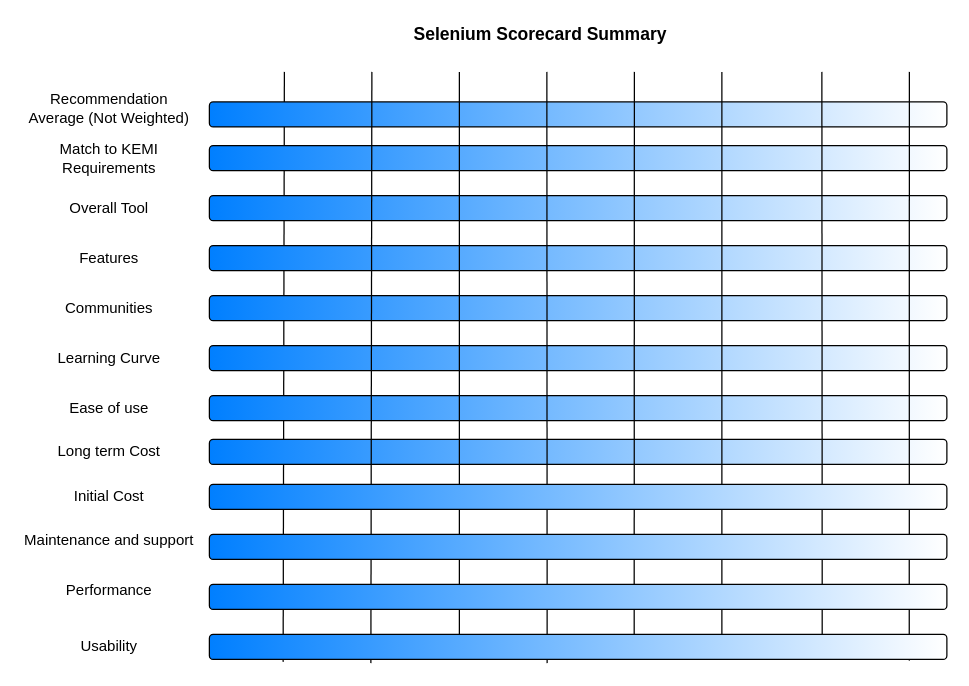
The draw.io diagram Untitled Diagram.drawio in tarraanand/Selenium, before the edit. Source tidied: cells renumbered, new cells numbered last; positions are measured from the earlier drawing's top-left corner, leaving out a move shared by most shapes. Both pictures are drawn from the tidied source at 125%, with x=0, y=0 at pixel (21, 21).
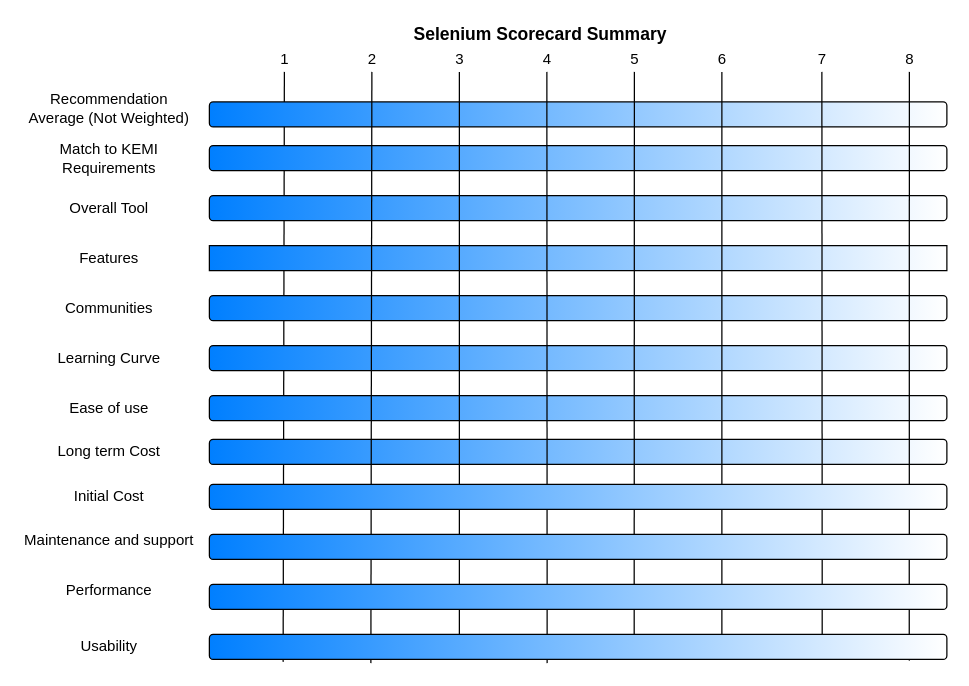
The same diagram, later.

What changed in the source:
```diff
@@
-    <mxCell id="14" style="rounded=1;whiteSpace=wrap;html=1;labelBackgroundColor=#ffffff;gradientDirection=west;gradientColor=#007FFF;" parent="1" vertex="1">
+    <mxCell id="14" style="rounded=1;whiteSpace=wrap;html=1;labelBackgroundColor=#ffffff;gradientDirection=west;gradientColor=#007FFF;arcSize=0;" parent="1" vertex="1">
       <mxGeometry x="150" y="179" width="590" height="20" as="geometry" />
     </mxCell>
@@
+    <mxCell id="35" value="1" style="text;html=1;align=center;verticalAlign=middle;" parent="1" vertex="1">
+      <mxGeometry x="200" y="20" width="20" height="20" as="geometry" />
+    </mxCell>
+    <mxCell id="36" value="2" style="text;html=1;align=center;verticalAlign=middle;" parent="1" vertex="1">
+      <mxGeometry x="270" y="20" width="20" height="20" as="geometry" />
+    </mxCell>
+    <mxCell id="37" value="3" style="text;html=1;align=center;verticalAlign=middle;" parent="1" vertex="1">
+      <mxGeometry x="340" y="20" width="20" height="20" as="geometry" />
+    </mxCell>
+    <mxCell id="38" value="4" style="text;html=1;align=center;verticalAlign=middle;" parent="1" vertex="1">
+      <mxGeometry x="410" y="20" width="20" height="20" as="geometry" />
+    </mxCell>
+    <mxCell id="39" value="5" style="text;html=1;align=center;verticalAlign=middle;" parent="1" vertex="1">
+      <mxGeometry x="480" y="20" width="20" height="20" as="geometry" />
+    </mxCell>
+    <mxCell id="40" value="6" style="text;html=1;align=center;verticalAlign=middle;" parent="1" vertex="1">
+      <mxGeometry x="550" y="20" width="20" height="20" as="geometry" />
+    </mxCell>
+    <mxCell id="41" value="7" style="text;html=1;align=center;verticalAlign=middle;" parent="1" vertex="1">
+      <mxGeometry x="630" y="20" width="20" height="20" as="geometry" />
+    </mxCell>
+    <mxCell id="42" value="8" style="text;html=1;align=center;verticalAlign=middle;" parent="1" vertex="1">
+      <mxGeometry x="700" y="20" width="20" height="20" as="geometry" />
+    </mxCell>
```
